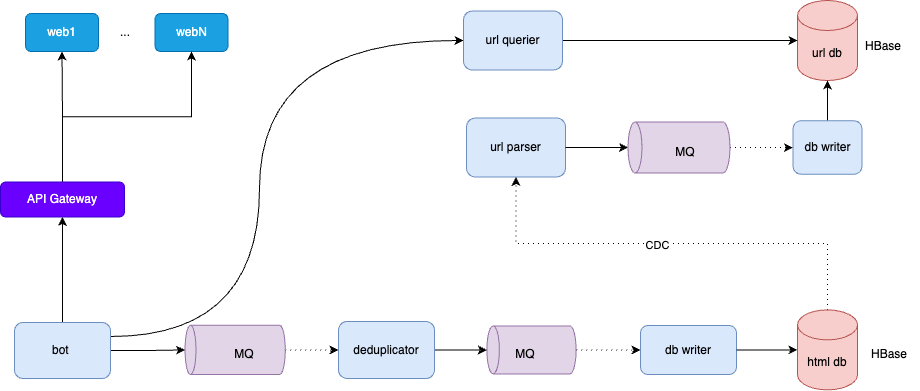
This is pictures/bot/final.drawio.png from alikWu/system-design, a draw.io export, as it was before one commit. Source tidied: cells renumbered, new cells last; positions are measured from the earlier drawing's top-left corner, leaving out a move shared by most shapes.
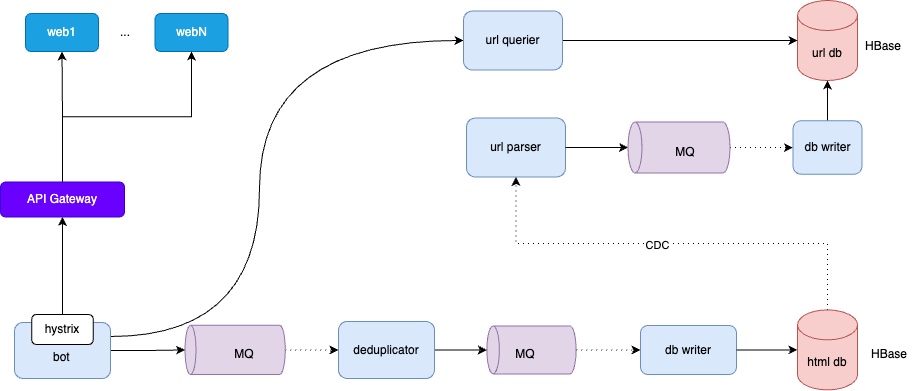
Later version of the same file.

Diff of the diagram source:
```diff
@@ -16,7 +16,7 @@
         </Array>
       </mxGeometry>
     </mxCell>
-    <mxCell id="5" value="bot&amp;nbsp;" style="rounded=1;whiteSpace=wrap;html=1;fillColor=#dae8fc;strokeColor=#6c8ebf;" parent="1" vertex="1">
+    <mxCell id="5" style="rounded=1;whiteSpace=wrap;html=1;fillColor=#dae8fc;strokeColor=#6c8ebf;" parent="1" vertex="1">
       <mxGeometry x="14" y="322" width="96" height="56" as="geometry" />
     </mxCell>
     <mxCell id="6" style="edgeStyle=orthogonalEdgeStyle;rounded=0;jettySize=auto;html=1;exitX=1;exitY=0.5;exitDx=0;exitDy=0;" parent="1" edge="1" source="7" target="20">
@@ -112,5 +112,11 @@
     <mxCell id="36" style="edgeStyle=orthogonalEdgeStyle;rounded=0;jettySize=auto;html=1;exitX=1;exitY=0.5;exitDx=0;exitDy=0;entryX=0.5;entryY=0;entryDx=0;entryDy=0;entryPerimeter=0;" parent="1" edge="1" source="25" target="31">
       <mxGeometry relative="1" as="geometry" />
     </mxCell>
+    <mxCell id="37" value="hystrix" style="rounded=1;whiteSpace=wrap;html=1;" parent="1" vertex="1">
+      <mxGeometry x="31.2" y="314" width="61.5" height="30" as="geometry" />
+    </mxCell>
+    <mxCell id="38" value="bot&amp;nbsp;" style="text;html=1;align=center;verticalAlign=middle;whiteSpace=wrap;rounded=0;" parent="1" vertex="1">
+      <mxGeometry x="32.8" y="342" width="60" height="30" as="geometry" />
+    </mxCell>
   </root>
 </mxGraphModel>
```
